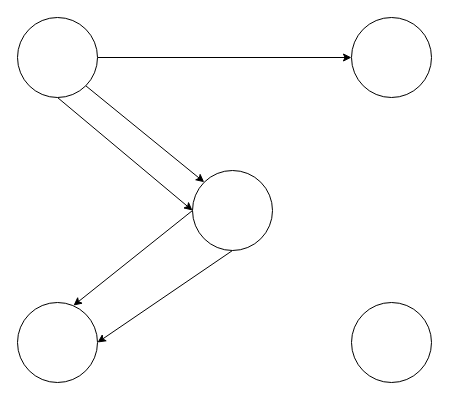
Earlier version of the draw.io diagram 软考.drawio (xiaodongYao/DrawIO). Source tidied: cells renumbered, new cells numbered last; positions are measured from the earlier drawing's top-left corner, leaving out a move shared by most shapes. Both pictures are drawn from the tidied source at 100%, with x=0, y=0 at pixel (17, 17).
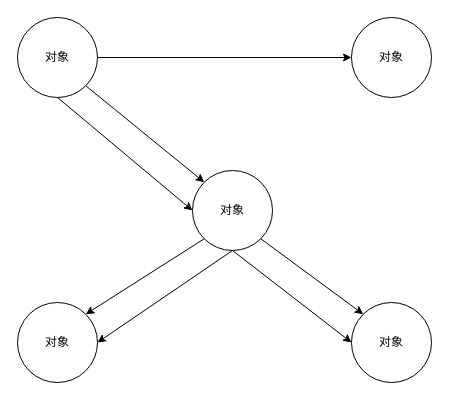
The same diagram, later.

The edit, as a diff of the source:
```diff
@@
 <mxGraphModel>
   <root>
     <mxCell id="0" />
     <mxCell id="1" parent="0" />
     <mxCell id="2" style="edgeStyle=orthogonalEdgeStyle;rounded=0;jettySize=auto;html=1;exitX=1;exitY=0.5;exitDx=0;exitDy=0;entryX=0;entryY=0.5;entryDx=0;entryDy=0;" parent="1" edge="1" source="5" target="6">
       <mxGeometry relative="1" as="geometry" />
     </mxCell>
     <mxCell id="3" style="rounded=0;jettySize=auto;html=1;exitX=1;exitY=1;exitDx=0;exitDy=0;entryX=0;entryY=0;entryDx=0;entryDy=0;" parent="1" edge="1" source="5" target="9">
       <mxGeometry relative="1" as="geometry" />
     </mxCell>
     <mxCell id="4" style="rounded=0;jettySize=auto;html=1;exitX=0.5;exitY=1;exitDx=0;exitDy=0;entryX=0;entryY=0.5;entryDx=0;entryDy=0;" parent="1" edge="1" source="5" target="9">
       <mxGeometry relative="1" as="geometry" />
     </mxCell>
-    <mxCell id="5" style="ellipse;whiteSpace=wrap;html=1;" parent="1" vertex="1">
+    <mxCell id="5" value="对象" style="ellipse;whiteSpace=wrap;html=1;" parent="1" vertex="1">
       <mxGeometry width="80" height="80" as="geometry" />
     </mxCell>
-    <mxCell id="6" style="ellipse;whiteSpace=wrap;html=1;" parent="1" vertex="1">
+    <mxCell id="6" value="对象" style="ellipse;whiteSpace=wrap;html=1;" parent="1" vertex="1">
       <mxGeometry x="334" width="80" height="80" as="geometry" />
     </mxCell>
+    <mxCell id="8" style="rounded=0;jettySize=auto;html=1;exitX=0.5;exitY=1;exitDx=0;exitDy=0;entryX=1;entryY=0.5;entryDx=0;entryDy=0;" parent="1" edge="1" source="9" target="10">
+      <mxGeometry relative="1" as="geometry" />
+    </mxCell>
-    <mxCell id="7" style="rounded=0;jettySize=auto;html=1;exitX=0;exitY=0.5;exitDx=0;exitDy=0;entryX=0.7;entryY=0.038;entryDx=0;entryDy=0;entryPerimeter=0;" parent="1" edge="1" source="9" target="10">
+    <mxCell id="7" style="rounded=0;jettySize=auto;html=1;exitX=0;exitY=1;exitDx=0;exitDy=0;entryX=1;entryY=0;entryDx=0;entryDy=0;" parent="1" edge="1" source="9" target="10">
       <mxGeometry relative="1" as="geometry" />
     </mxCell>
-    <mxCell id="8" style="rounded=0;jettySize=auto;html=1;exitX=0.5;exitY=1;exitDx=0;exitDy=0;entryX=1;entryY=0.5;entryDx=0;entryDy=0;" parent="1" edge="1" source="9" target="10">
-      <mxGeometry relative="1" as="geometry" />
-    </mxCell>
+    <mxCell id="12" style="rounded=0;jettySize=auto;html=1;exitX=1;exitY=1;exitDx=0;exitDy=0;entryX=0;entryY=0;entryDx=0;entryDy=0;" parent="1" edge="1" source="9" target="11">
+      <mxGeometry relative="1" as="geometry" />
+    </mxCell>
+    <mxCell id="13" style="rounded=0;jettySize=auto;html=1;exitX=0.5;exitY=1;exitDx=0;exitDy=0;entryX=0;entryY=0.5;entryDx=0;entryDy=0;" parent="1" edge="1" source="9" target="11">
+      <mxGeometry relative="1" as="geometry" />
+    </mxCell>
-    <mxCell id="9" style="ellipse;whiteSpace=wrap;html=1;" parent="1" vertex="1">
+    <mxCell id="9" value="对象" style="ellipse;whiteSpace=wrap;html=1;" parent="1" vertex="1">
       <mxGeometry x="175" y="153" width="80" height="80" as="geometry" />
     </mxCell>
-    <mxCell id="10" style="ellipse;whiteSpace=wrap;html=1;" parent="1" vertex="1">
+    <mxCell id="10" value="对象" style="ellipse;whiteSpace=wrap;html=1;" parent="1" vertex="1">
       <mxGeometry y="285" width="80" height="80" as="geometry" />
     </mxCell>
-    <mxCell id="11" style="ellipse;whiteSpace=wrap;html=1;" parent="1" vertex="1">
+    <mxCell id="11" value="对象" style="ellipse;whiteSpace=wrap;html=1;" parent="1" vertex="1">
       <mxGeometry x="334" y="285" width="80" height="80" as="geometry" />
     </mxCell>
   </root>
 </mxGraphModel>
```
